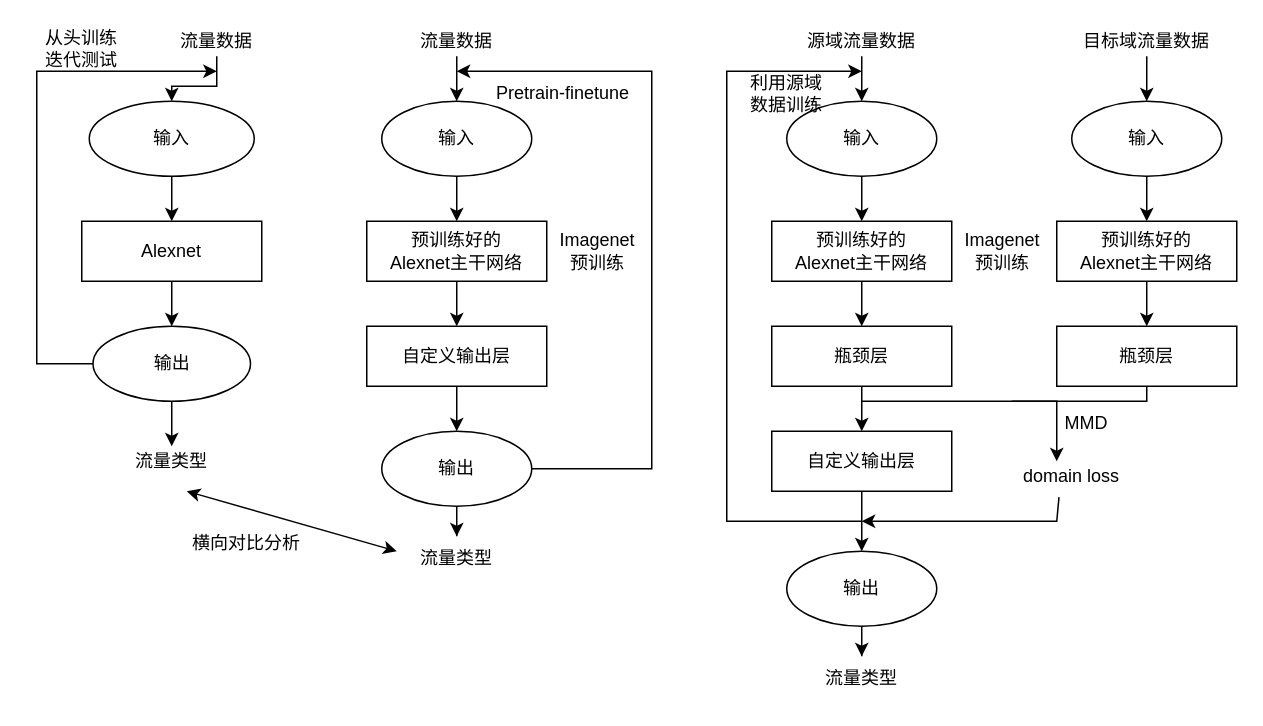
This is graduate.drawio from cauchy-max/my-room, a draw.io file, before an edit. Source tidied: cells renumbered, new cells numbered last; positions are measured from the earlier drawing's top-left corner, leaving out a move shared by most shapes. Both pictures are drawn from the tidied source at 150%, with x=0, y=0 at pixel (36, 26).
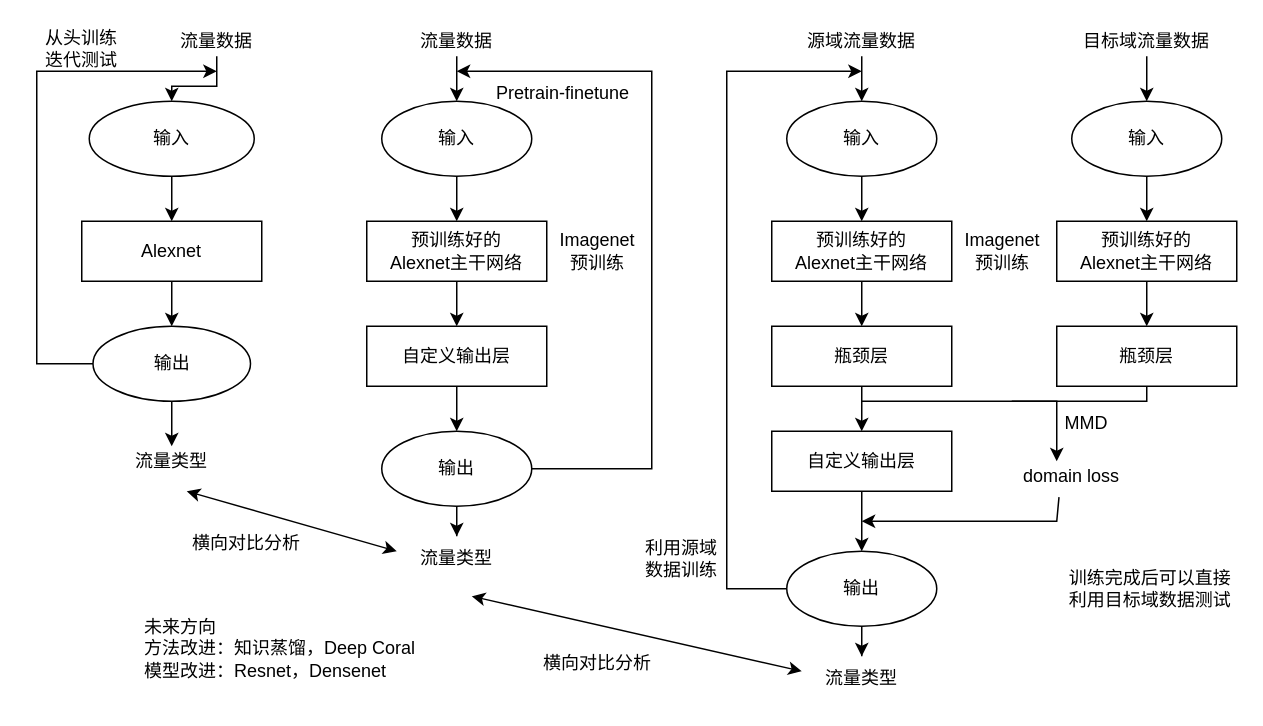
The same page after the edit.

The change refers to these unchanged cells:
```xml
<mxCell id="40" value="输出" style="ellipse;whiteSpace=wrap;html=1;" parent="1" vertex="1">
  <mxGeometry x="500" y="350" width="100" height="50" as="geometry" />
</mxCell>
```

What changed in the source:
```diff
@@
-    <mxCell id="55" style="endArrow=classic;html=1;rounded=0;" parent="1" edge="1">
+    <mxCell id="55" style="endArrow=classic;html=1;rounded=0;exitX=0;exitY=0.5;exitDx=0;exitDy=0;" parent="1" edge="1" source="40">
       <mxGeometry relative="1" as="geometry">
-        <mxPoint x="550" y="330" as="sourcePoint" />
         <mxPoint x="550" y="30" as="targetPoint" />
         <Array as="points">
-          <mxPoint x="460" y="330" />
+          <mxPoint x="460" y="375" />
           <mxPoint x="460" y="30" />
         </Array>
       </mxGeometry>
     </mxCell>
     <mxCell id="56" value="利用源域数据训练" style="text;html=1;strokeColor=none;fillColor=none;align=center;verticalAlign=middle;whiteSpace=wrap;rounded=0;" parent="1" vertex="1">
-      <mxGeometry x="470" y="30" width="60" height="30" as="geometry" />
+      <mxGeometry x="400" y="340" width="60" height="30" as="geometry" />
     </mxCell>
+    <mxCell id="57" value="训练完成后可以直接利用目标域数据测试" style="text;html=1;strokeColor=none;fillColor=none;align=center;verticalAlign=middle;whiteSpace=wrap;rounded=0;" parent="1" vertex="1">
+      <mxGeometry x="685" y="360" width="115" height="30" as="geometry" />
+    </mxCell>
+    <mxCell id="58" style="endArrow=classic;startArrow=classic;html=1;rounded=0;" parent="1" edge="1">
+      <mxGeometry relative="1" as="geometry">
+        <mxPoint x="290" y="380" as="sourcePoint" />
+        <mxPoint x="510" y="430" as="targetPoint" />
+      </mxGeometry>
+    </mxCell>
+    <mxCell id="59" value="横向对比分析" style="text;html=1;strokeColor=none;fillColor=none;align=center;verticalAlign=middle;whiteSpace=wrap;rounded=0;" parent="1" vertex="1">
+      <mxGeometry x="334" y="410" width="80" height="30" as="geometry" />
+    </mxCell>
+    <mxCell id="60" value="未来方向&lt;br&gt;方法改进：知识蒸馏，Deep Coral&lt;br&gt;模型改进：Resnet，Densenet" style="text;html=1;strokeColor=none;fillColor=none;align=left;verticalAlign=middle;whiteSpace=wrap;rounded=0;" parent="1" vertex="1">
+      <mxGeometry x="70" y="400" width="190" height="30" as="geometry" />
+    </mxCell>
```
